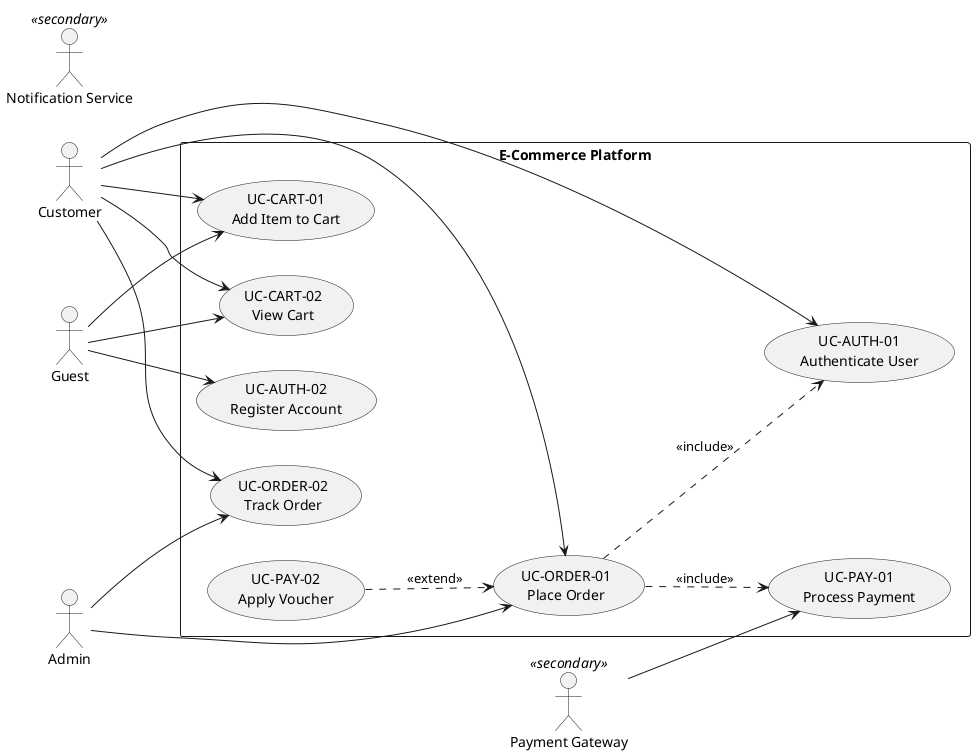
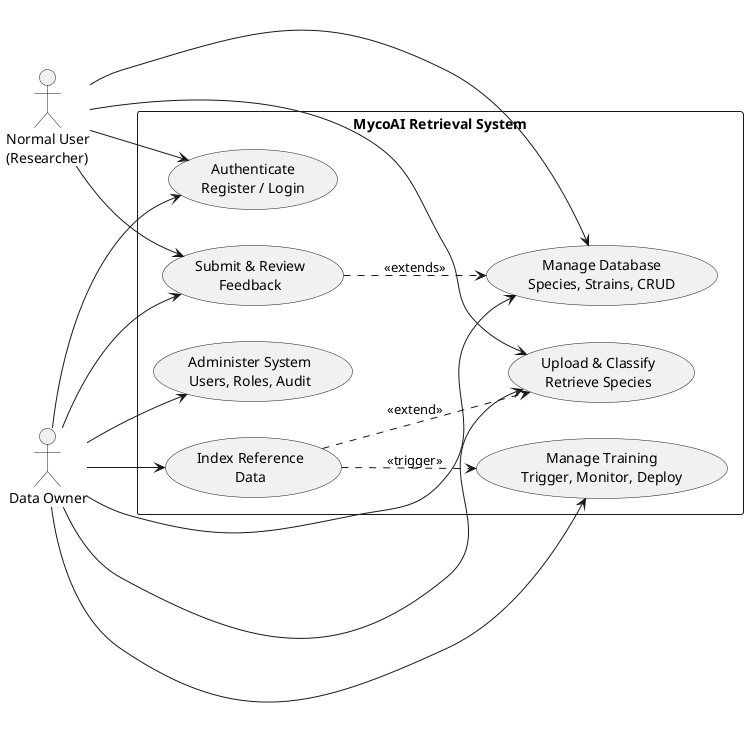
@startuml
left to right direction
skinparam packageStyle rectangle

- actor "Customer" as cust
- actor "Guest" as guest
- actor "Admin" as admin
- actor "Payment Gateway" as psp <<secondary>>
- actor "Notification Service" as notify <<secondary>>
+ actor "Normal User\n(Researcher)" as User
+ actor "Data Owner" as Owner

- rectangle "E-Commerce Platform" {
-   usecase "UC-AUTH-01\nAuthenticate User" as UC1
-   usecase "UC-AUTH-02\nRegister Account" as UC2
-   usecase "UC-CART-01\nAdd Item to Cart" as UC3
-   usecase "UC-CART-02\nView Cart" as UC4
-   usecase "UC-ORDER-01\nPlace Order" as UC5
-   usecase "UC-ORDER-02\nTrack Order" as UC6
-   usecase "UC-PAY-01\nProcess Payment" as UC7
-   usecase "UC-PAY-02\nApply Voucher" as UC8
+ rectangle "MycoAI Retrieval System" {
+   (Authenticate\nRegister / Login) as Auth
+ 
+   (Upload & Classify\nRetrieve Species) as Classify
+   (Index Reference\nData) as IndexData
+   (Manage Database\nSpecies, Strains, CRUD) as ManageDB
+   (Submit & Review\nFeedback) as Feedback
+   (Manage Training\nTrigger, Monitor, Deploy) as Training
+   (Administer System\nUsers, Roles, Audit) as Admin
}

- cust --> UC1
- cust --> UC3
- cust --> UC4
- cust --> UC5
- cust --> UC6
+ User --> Auth
+ User --> Classify
+ User --> Feedback
+ User --> ManageDB

- guest --> UC2
- guest --> UC3
- guest --> UC4
+ Owner --> Auth
+ Owner --> Classify
+ Owner --> Feedback
+ Owner --> ManageDB
+ Owner --> IndexData
+ Owner --> Training
+ Owner --> Admin

- admin --> UC5
- admin --> UC6
- 
- psp --> UC7
- 
- UC5 ..> UC1 : <<include>>
- UC5 ..> UC7 : <<include>>
- UC8 ..> UC5 : <<extend>>
+ IndexData ..> Classify : <<extend>>
+ Feedback ..> ManageDB : <<extends>>
+ IndexData ..> Training : <<trigger>>

@enduml
